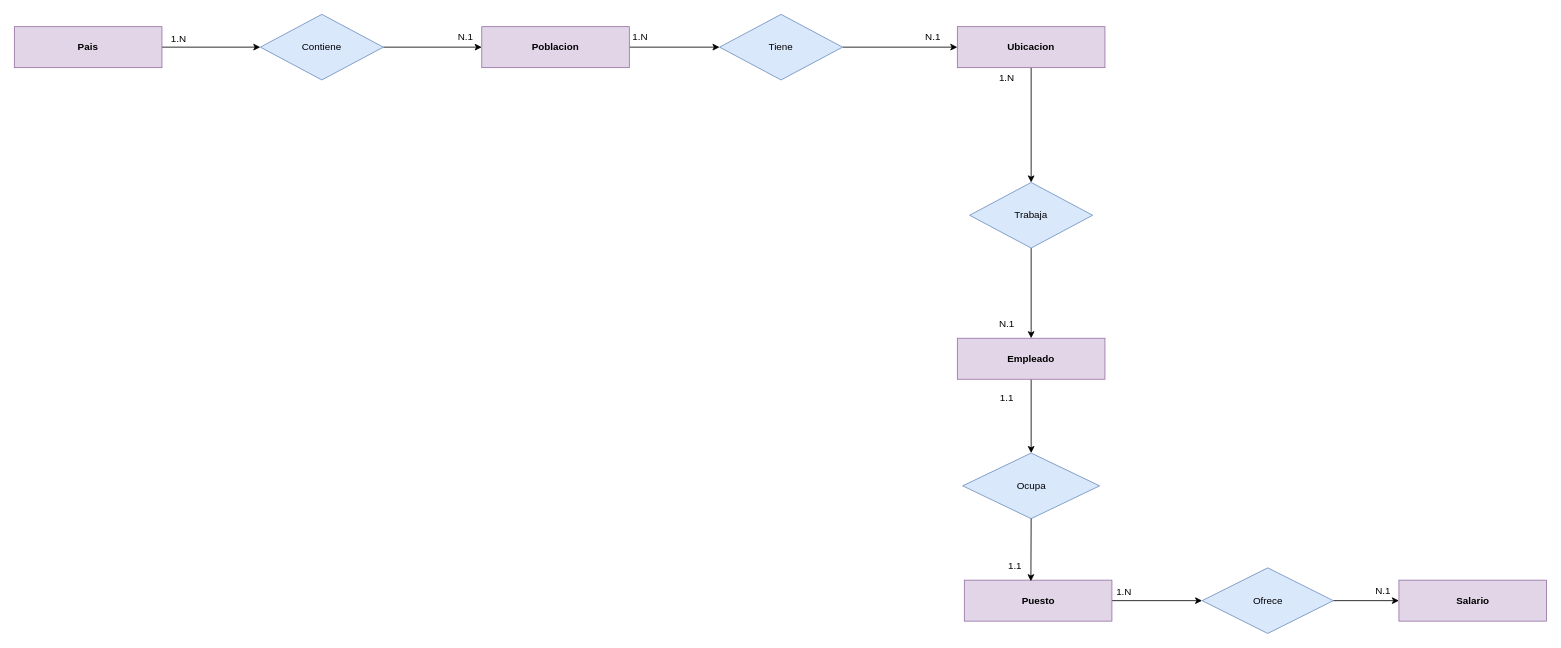
Above: CASO6"A".drawio in konnylisethalucematorresCAMPUS/baseDeDatosJhon (draw.io), before the change. Source tidied: cells renumbered, new cells numbered last; positions are measured from the earlier drawing's top-left corner, leaving out a move shared by most shapes. Both pictures are drawn from the tidied source at 82%, with x=0, y=0 at pixel (14, 14).
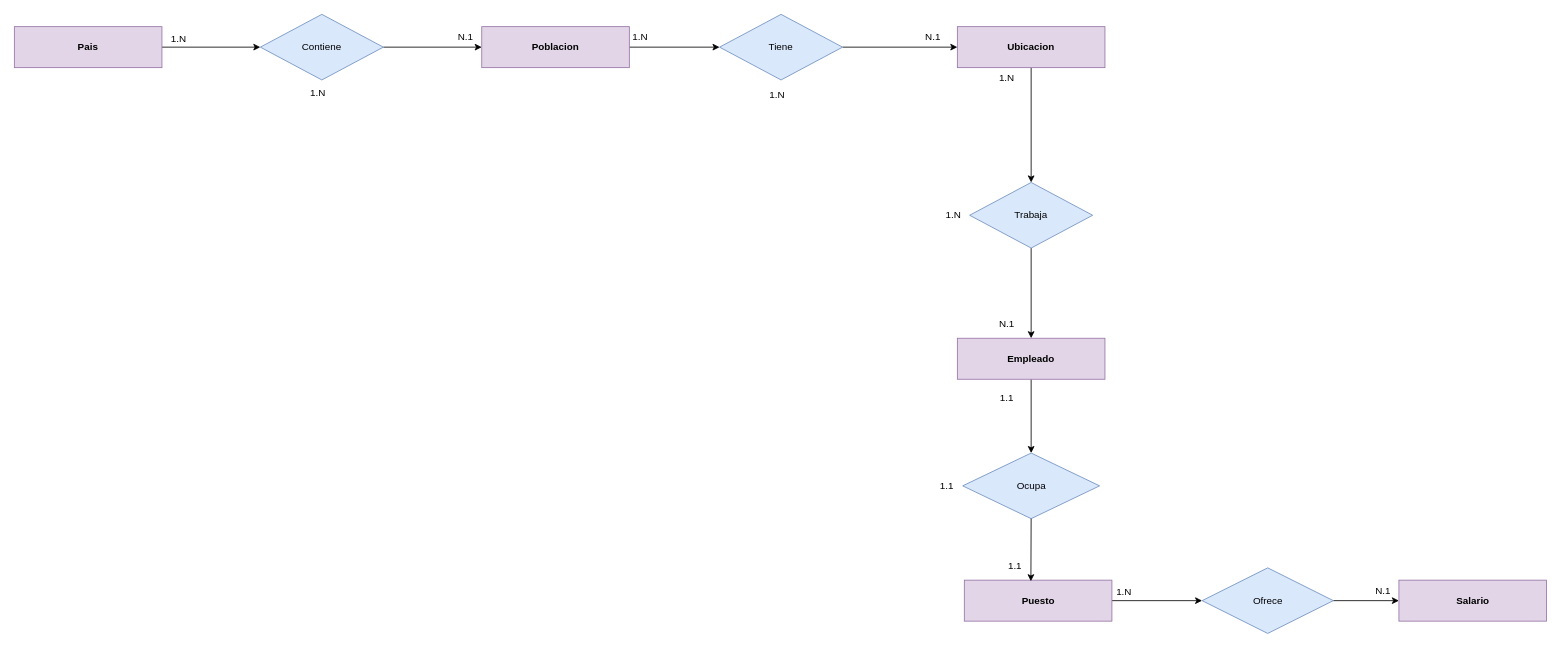
After the change.

The edit, as a diff of the source:
```diff
@@
+    <mxCell id="34" value="1.N" style="text;html=1;align=center;verticalAlign=middle;strokeColor=none;fillColor=none;" parent="1" vertex="1">
+      <mxGeometry x="350" y="81" width="40" height="30" as="geometry" />
+    </mxCell>
+    <mxCell id="35" value="1.N" style="text;html=1;align=center;verticalAlign=middle;strokeColor=none;fillColor=none;" parent="1" vertex="1">
+      <mxGeometry x="910" y="83" width="40" height="30" as="geometry" />
+    </mxCell>
+    <mxCell id="36" value="1.N" style="text;html=1;align=center;verticalAlign=middle;strokeColor=none;fillColor=none;" parent="1" vertex="1">
+      <mxGeometry x="1125" y="230" width="40" height="30" as="geometry" />
+    </mxCell>
+    <mxCell id="37" value="1.1" style="text;html=1;align=center;verticalAlign=middle;strokeColor=none;fillColor=none;" parent="1" vertex="1">
+      <mxGeometry x="1116.5" y="560" width="40" height="30" as="geometry" />
+    </mxCell>
```
